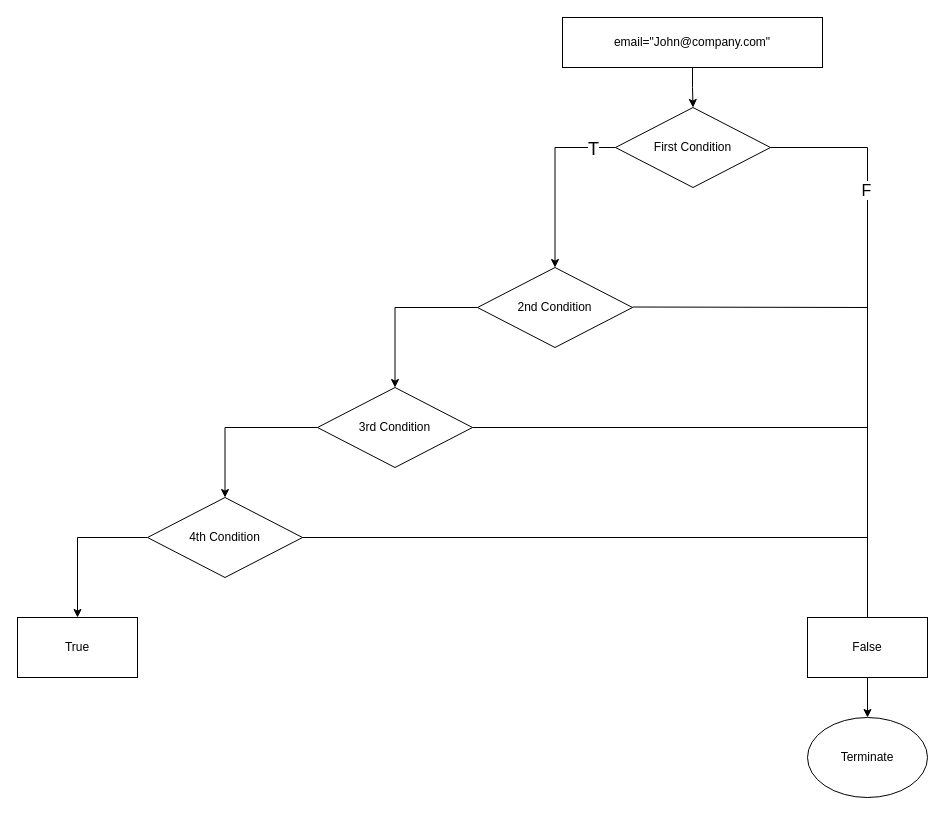
Earlier version of the draw.io diagram Untitled Diagram.drawio (EFC4/Group-2). Source tidied: cells renumbered, new cells numbered last; positions are measured from the earlier drawing's top-left corner, leaving out a move shared by most shapes. Both pictures are drawn from the tidied source at 100%, with x=0, y=0 at pixel (17, 17).
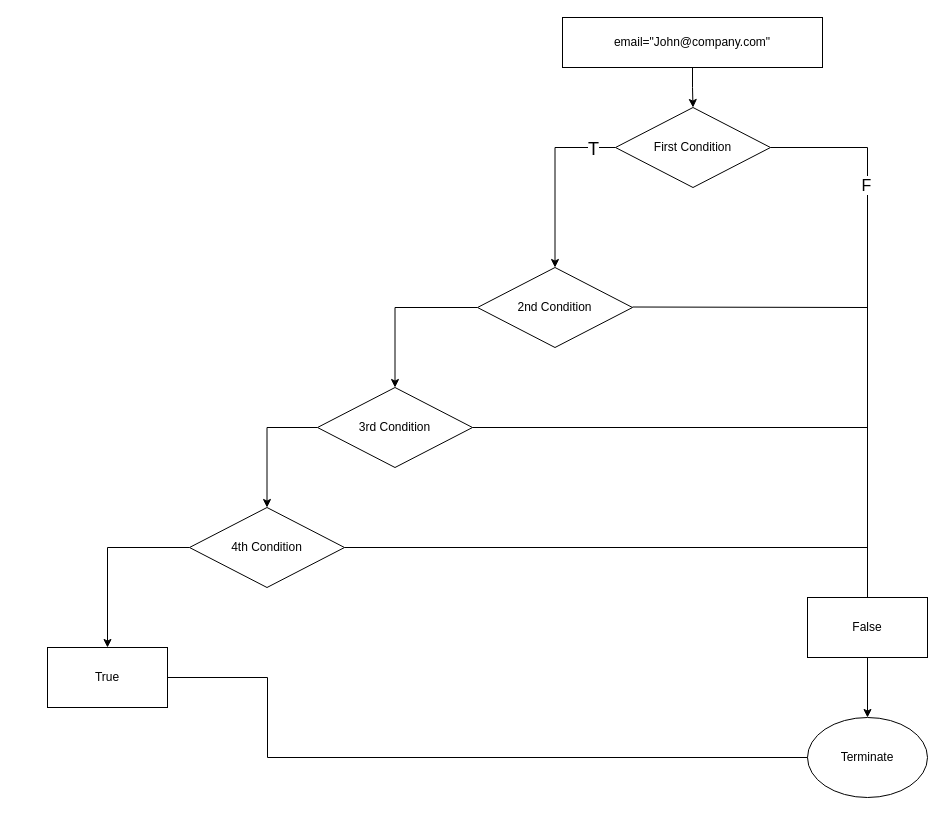
The same page after the edit.

Unchanged cells that the change refers to:
```xml
<mxCell id="11" value="3rd Condition" style="rhombus;whiteSpace=wrap;html=1;rounded=0;" parent="1" vertex="1">
  <mxGeometry x="300" y="370" width="155" height="80" as="geometry" />
</mxCell>
<mxCell id="15" value="Terminate" style="ellipse;whiteSpace=wrap;html=1;" parent="1" vertex="1">
  <mxGeometry x="790" y="700" width="120" height="80" as="geometry" />
</mxCell>
```

Change to the diagram source:
```diff
@@
-    <mxCell id="10" style="edgeStyle=orthogonalEdgeStyle;rounded=0;jettySize=auto;html=1;" parent="1" edge="1" source="11" target="13">
-      <mxGeometry relative="1" as="geometry" />
+    <mxCell id="10" style="edgeStyle=orthogonalEdgeStyle;rounded=0;jettySize=auto;html=1;entryX=0.5;entryY=0;entryDx=0;entryDy=0;exitX=0;exitY=0.5;exitDx=0;exitDy=0;" parent="1" edge="1" source="11" target="13">
+      <mxGeometry relative="1" as="geometry">
+        <Array as="points">
+          <mxPoint x="250" y="410" />
+        </Array>
+      </mxGeometry>
     </mxCell>
@@
     <mxCell id="13" value="4th Condition" style="rhombus;whiteSpace=wrap;html=1;rounded=0;" parent="1" vertex="1">
-      <mxGeometry x="130" y="480" width="155" height="80" as="geometry" />
+      <mxGeometry x="172" y="490" width="155" height="80" as="geometry" />
     </mxCell>
     <mxCell id="14" value="True" style="whiteSpace=wrap;html=1;rounded=0;" parent="1" vertex="1">
-      <mxGeometry y="600" width="120" height="60" as="geometry" />
+      <mxGeometry x="30" y="630" width="120" height="60" as="geometry" />
     </mxCell>
@@
     <mxCell id="18" value="False" style="rounded=0;whiteSpace=wrap;html=1;" parent="1" vertex="1">
-      <mxGeometry x="790" y="600" width="120" height="60" as="geometry" />
+      <mxGeometry x="790" y="580" width="120" height="60" as="geometry" />
     </mxCell>
-    <mxCell id="19" style="endArrow=none;html=1;rounded=0;" parent="1" edge="1">
+    <mxCell id="19" style="endArrow=none;html=1;rounded=0;exitX=1;exitY=0.5;exitDx=0;exitDy=0;" parent="1" edge="1" source="13">
       <mxGeometry relative="1" as="geometry">
-        <mxPoint x="285" y="520" as="sourcePoint" />
-        <mxPoint x="850" y="520" as="targetPoint" />
+        <mxPoint x="850" y="530" as="targetPoint" />
       </mxGeometry>
     </mxCell>
@@
+    <mxCell id="22" style="endArrow=none;html=1;rounded=0;exitX=1;exitY=0.5;exitDx=0;exitDy=0;" parent="1" edge="1" source="14">
+      <mxGeometry relative="1" as="geometry">
+        <mxPoint x="250" y="660" as="targetPoint" />
+      </mxGeometry>
+    </mxCell>
+    <mxCell id="23" style="endArrow=none;html=1;rounded=0;" parent="1" edge="1">
+      <mxGeometry relative="1" as="geometry">
+        <mxPoint x="250" y="740" as="sourcePoint" />
+        <mxPoint x="250" y="660" as="targetPoint" />
+      </mxGeometry>
+    </mxCell>
+    <mxCell id="24" style="endArrow=none;html=1;rounded=0;entryX=0;entryY=0.5;entryDx=0;entryDy=0;" parent="1" edge="1" target="15">
+      <mxGeometry relative="1" as="geometry">
+        <mxPoint x="250" y="740" as="sourcePoint" />
+      </mxGeometry>
+    </mxCell>
```
